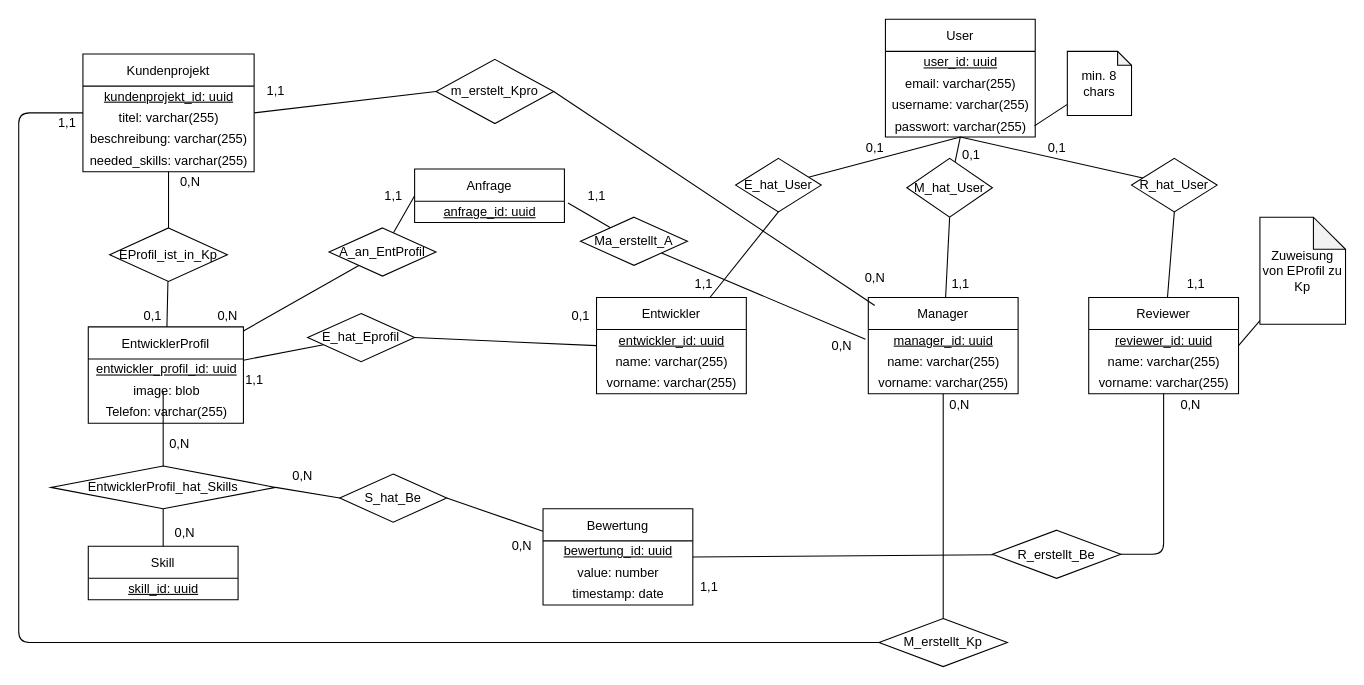
TomKeppeler/WRAM keeps this draw.io diagram as page "Semantisch" (1 of 2) of docs/diagram/ERDiagramm.drawio. Above is the earlier version. Source tidied: cells renumbered, new cells numbered last; positions are measured from the earlier drawing's top-left corner, leaving out a move shared by most shapes. Both pictures are drawn from the tidied source at 107%, with x=0, y=0 at pixel (18, 18).
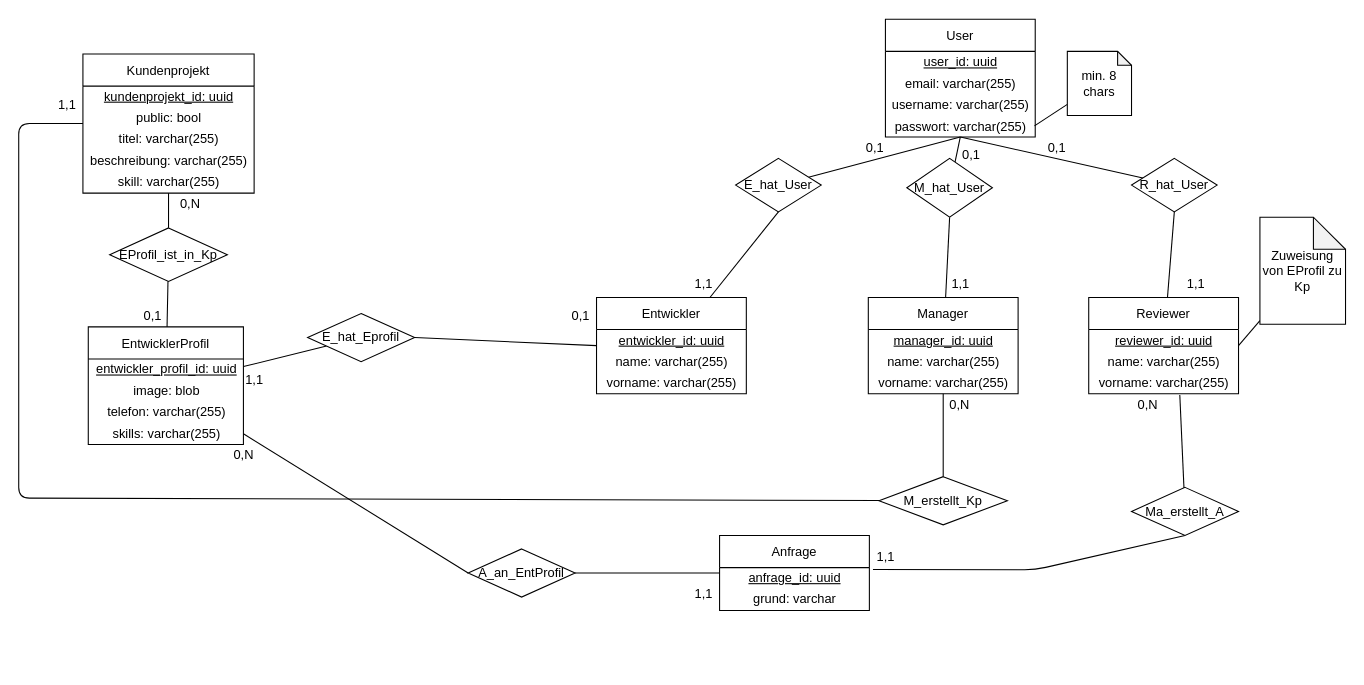
Above is the later version.

Unchanged cells that the change refers to:
```xml
<mxCell id="14" value="Manager" style="swimlane;fontStyle=0;horizontal=1;startSize=30;" parent="1" vertex="1">
  <mxGeometry x="794" y="260.5" width="140" height="90" as="geometry" />
</mxCell>
<mxCell id="15" value="&lt;u&gt;manager_id: uuid&lt;/u&gt;" style="text;html=1;align=center;verticalAlign=middle;points=[];strokeColor=none;fillColor=none;" parent="14" vertex="1">
  <mxGeometry y="30" width="140" height="20" as="geometry" />
</mxCell>
<mxCell id="22" value="vorname: varchar(255)" style="text;html=1;align=center;verticalAlign=middle;points=[];strokeColor=none;fillColor=none;" parent="19" vertex="1">
  <mxGeometry y="70" width="140" height="20" as="geometry" />
</mxCell>
<mxCell id="76" value="&lt;u&gt;anfrage_id: uuid&lt;/u&gt;" style="text;html=1;align=center;verticalAlign=middle;points=[];strokeColor=none;fillColor=none;" parent="75" vertex="1">
  <mxGeometry y="30" width="140" height="20" as="geometry" />
</mxCell>
```

The edit, as a diff of the source:
```diff
@@
     <mxCell id="2" value="Kundenprojekt" style="swimlane;fontStyle=0;horizontal=1;startSize=30;" parent="1" vertex="1">
-      <mxGeometry x="60" y="33" width="160" height="110" as="geometry" />
+      <mxGeometry x="60" y="33" width="160" height="130" as="geometry" />
     </mxCell>
@@
+    <mxCell id="100" value="public: bool" style="text;html=1;align=center;verticalAlign=middle;strokeColor=none;fillColor=none;" parent="2" vertex="1">
+      <mxGeometry y="50" width="160" height="20" as="geometry" />
+    </mxCell>
     <mxCell id="4" value="titel: varchar(255)" style="text;html=1;align=center;verticalAlign=middle;points=[];strokeColor=none;fillColor=none;" parent="2" vertex="1">
-      <mxGeometry y="50" width="160" height="20" as="geometry" />
+      <mxGeometry y="70" width="160" height="20" as="geometry" />
     </mxCell>
     <mxCell id="5" value="beschreibung: varchar(255)" style="text;html=1;align=center;verticalAlign=middle;strokeColor=none;fillColor=none;" parent="2" vertex="1">
-      <mxGeometry y="70" width="160" height="20" as="geometry" />
+      <mxGeometry y="90" width="160" height="20" as="geometry" />
     </mxCell>
-    <mxCell id="6" value="needed_skills: varchar(255)" style="text;html=1;align=center;verticalAlign=middle;strokeColor=none;fillColor=none;" parent="2" vertex="1">
-      <mxGeometry y="90" width="160" height="20" as="geometry" />
-    </mxCell>
+    <mxCell id="101" value="skill: varchar(255)" style="text;html=1;align=center;verticalAlign=middle;strokeColor=none;fillColor=none;" parent="2" vertex="1">
+      <mxGeometry y="110" width="160" height="20" as="geometry" />
+    </mxCell>
@@
     <mxCell id="25" value="EntwicklerProfil" style="swimlane;fontStyle=0;horizontal=1;startSize=30;" parent="1" vertex="1">
-      <mxGeometry x="65" y="288" width="145" height="90" as="geometry" />
+      <mxGeometry x="65" y="288" width="145" height="110" as="geometry" />
     </mxCell>
@@
-    <mxCell id="28" value="Telefon: varchar(255)" style="text;html=1;align=center;verticalAlign=middle;strokeColor=none;fillColor=none;" parent="25" vertex="1">
+    <mxCell id="28" value="telefon: varchar(255)" style="text;html=1;align=center;verticalAlign=middle;strokeColor=none;fillColor=none;" parent="25" vertex="1">
       <mxGeometry y="70" width="145" height="20" as="geometry" />
     </mxCell>
-    <mxCell id="29" style="edgeStyle=none;html=1;entryX=0;entryY=0.5;entryDx=0;entryDy=0;endArrow=none;endFill=0;exitX=1;exitY=0.5;exitDx=0;exitDy=0;" parent="1" edge="1" source="62" target="68">
-      <mxGeometry relative="1" as="geometry" />
-    </mxCell>
-    <mxCell id="30" value="Skill" style="swimlane;fontStyle=0;horizontal=1;startSize=30;" parent="1" vertex="1">
-      <mxGeometry x="65" y="493" width="140" height="50" as="geometry" />
-    </mxCell>
-    <mxCell id="31" value="&lt;u&gt;skill_id: uuid&lt;/u&gt;" style="text;html=1;align=center;verticalAlign=middle;strokeColor=none;fillColor=none;" parent="30" vertex="1">
-      <mxGeometry y="30" width="140" height="20" as="geometry" />
-    </mxCell>
-    <mxCell id="32" style="edgeStyle=none;html=1;endArrow=none;endFill=0;exitX=0.5;exitY=0;exitDx=0;exitDy=0;" parent="1" edge="1" source="62">
-      <mxGeometry relative="1" as="geometry">
-        <mxPoint x="135" y="348" as="targetPoint" />
-      </mxGeometry>
-    </mxCell>
-    <mxCell id="33" style="edgeStyle=none;html=1;entryX=0.5;entryY=0;entryDx=0;entryDy=0;endArrow=none;endFill=0;startArrow=none;" parent="1" edge="1" source="62" target="30">
-      <mxGeometry relative="1" as="geometry" />
-    </mxCell>
-    <mxCell id="34" value="0,N" style="text;html=1;align=center;verticalAlign=middle;strokeColor=none;fillColor=none;" parent="1" vertex="1">
-      <mxGeometry x="140" y="470.5" width="30" height="20" as="geometry" />
-    </mxCell>
+    <mxCell id="102" value="skills: varchar(255)" style="text;html=1;align=center;verticalAlign=middle;strokeColor=none;fillColor=none;" parent="25" vertex="1">
+      <mxGeometry y="90" width="145" height="20" as="geometry" />
+    </mxCell>
@@
     <mxCell id="47" value="0,N" style="text;html=1;align=center;verticalAlign=middle;strokeColor=none;fillColor=none;" parent="1" vertex="1">
-      <mxGeometry x="145" y="143" width="30" height="20" as="geometry" />
+      <mxGeometry x="145" y="163" width="30" height="20" as="geometry" />
     </mxCell>
@@
     <mxCell id="54" style="edgeStyle=none;html=1;endArrow=none;endFill=0;entryX=0;entryY=0.5;entryDx=0;entryDy=0;" parent="1" edge="1" source="55" target="2">
       <mxGeometry relative="1" as="geometry">
         <Array as="points">
-          <mxPoint y="583" />
-          <mxPoint y="88" />
+          <mxPoint y="448" />
+          <mxPoint y="98" />
         </Array>
       </mxGeometry>
     </mxCell>
     <mxCell id="55" value="M_erstellt_Kp" style="rhombus;whiteSpace=wrap;html=1;fontStyle=0;startSize=30;" parent="1" vertex="1">
-      <mxGeometry x="804" y="560.5" width="120" height="45" as="geometry" />
+      <mxGeometry x="804" y="428" width="120" height="45" as="geometry" />
     </mxCell>
@@
     <mxCell id="57" value="1,1" style="text;html=1;align=center;verticalAlign=middle;strokeColor=none;fillColor=none;" parent="1" vertex="1">
-      <mxGeometry x="30" y="88" width="30" height="20" as="geometry" />
+      <mxGeometry x="30" y="70.5" width="30" height="20" as="geometry" />
     </mxCell>
@@
-    <mxCell id="62" value="EntwicklerProfil_hat_Skills" style="rhombus;whiteSpace=wrap;html=1;" parent="1" vertex="1">
-      <mxGeometry x="30" y="418" width="210" height="40" as="geometry" />
-    </mxCell>
-    <mxCell id="63" style="edgeStyle=none;html=1;entryX=1;entryY=0.5;entryDx=0;entryDy=0;endArrow=none;endFill=0;" parent="1" edge="1" source="64" target="68">
-      <mxGeometry relative="1" as="geometry" />
-    </mxCell>
-    <mxCell id="64" value="Bewertung" style="swimlane;fontStyle=0;horizontal=1;startSize=30;" parent="1" vertex="1">
-      <mxGeometry x="490" y="458" width="140" height="90" as="geometry" />
-    </mxCell>
-    <mxCell id="65" value="&lt;u&gt;bewertung_id: uuid&lt;/u&gt;" style="text;html=1;align=center;verticalAlign=middle;strokeColor=none;fillColor=none;" parent="64" vertex="1">
-      <mxGeometry y="30" width="140" height="20" as="geometry" />
-    </mxCell>
-    <mxCell id="66" value="value: number" style="text;html=1;align=center;verticalAlign=middle;strokeColor=none;fillColor=none;" parent="64" vertex="1">
-      <mxGeometry y="50" width="140" height="20" as="geometry" />
-    </mxCell>
-    <mxCell id="67" value="timestamp: date" style="text;html=1;align=center;verticalAlign=middle;strokeColor=none;fillColor=none;" parent="64" vertex="1">
-      <mxGeometry y="70" width="140" height="20" as="geometry" />
-    </mxCell>
-    <mxCell id="68" value="S_hat_Be" style="rhombus;whiteSpace=wrap;html=1;fontStyle=0;startSize=30;" parent="1" vertex="1">
-      <mxGeometry x="300" y="425.5" width="100" height="45" as="geometry" />
-    </mxCell>
-    <mxCell id="69" value="0,N" style="text;html=1;align=center;verticalAlign=middle;strokeColor=none;fillColor=none;" parent="1" vertex="1">
-      <mxGeometry x="250" y="418" width="30" height="20" as="geometry" />
-    </mxCell>
-    <mxCell id="70" value="&lt;div&gt;0,N&lt;/div&gt;" style="text;html=1;align=center;verticalAlign=middle;strokeColor=none;fillColor=none;" parent="1" vertex="1">
-      <mxGeometry x="450" y="478" width="40" height="30" as="geometry" />
-    </mxCell>
-    <mxCell id="71" style="edgeStyle=none;html=1;entryX=1;entryY=0.5;entryDx=0;entryDy=0;endArrow=none;endFill=0;" parent="1" edge="1" source="72" target="64">
-      <mxGeometry relative="1" as="geometry" />
-    </mxCell>
-    <mxCell id="72" value="R_erstellt_Be" style="rhombus;whiteSpace=wrap;html=1;fontStyle=0;startSize=30;" parent="1" vertex="1">
-      <mxGeometry x="910" y="478" width="120" height="45" as="geometry" />
-    </mxCell>
-    <mxCell id="73" style="edgeStyle=none;html=1;entryX=1;entryY=0.5;entryDx=0;entryDy=0;endArrow=none;endFill=0;" parent="1" edge="1" source="22" target="72">
-      <mxGeometry relative="1" as="geometry">
-        <Array as="points">
-          <mxPoint x="1070" y="500.5" />
-        </Array>
-      </mxGeometry>
-    </mxCell>
-    <mxCell id="74" value="0,N" style="text;html=1;align=center;verticalAlign=middle;strokeColor=none;fillColor=none;" parent="1" vertex="1">
-      <mxGeometry x="1080" y="350.5" width="30" height="20" as="geometry" />
-    </mxCell>
     <mxCell id="75" value="Anfrage" style="swimlane;fontStyle=0;horizontal=1;startSize=30;" parent="1" vertex="1">
-      <mxGeometry x="370" y="140.5" width="140" height="50" as="geometry" />
+      <mxGeometry x="655" y="483" width="140" height="70" as="geometry" />
     </mxCell>
@@
+    <mxCell id="103" value="grund: varchar" style="text;html=1;align=center;verticalAlign=middle;strokeColor=none;fillColor=none;" parent="75" vertex="1">
+      <mxGeometry y="50" width="140" height="20" as="geometry" />
+    </mxCell>
-    <mxCell id="77" style="edgeStyle=none;html=1;entryX=-0.019;entryY=0.457;entryDx=0;entryDy=0;endArrow=none;endFill=0;entryPerimeter=0;" parent="1" edge="1" source="79" target="15">
+    <mxCell id="77" style="edgeStyle=none;html=1;entryX=0.608;entryY=1.058;entryDx=0;entryDy=0;endArrow=none;endFill=0;entryPerimeter=0;" parent="1" edge="1" source="79" target="22">
       <mxGeometry relative="1" as="geometry" />
     </mxCell>
-    <mxCell id="78" style="edgeStyle=none;html=1;entryX=1.024;entryY=0.088;entryDx=0;entryDy=0;endArrow=none;endFill=0;entryPerimeter=0;" parent="1" edge="1" source="79" target="76">
-      <mxGeometry relative="1" as="geometry" />
+    <mxCell id="78" style="edgeStyle=none;html=1;entryX=1.024;entryY=0.088;entryDx=0;entryDy=0;endArrow=none;endFill=0;entryPerimeter=0;exitX=0.5;exitY=1;exitDx=0;exitDy=0;" parent="1" edge="1" source="79" target="76">
+      <mxGeometry relative="1" as="geometry">
+        <Array as="points">
+          <mxPoint x="950" y="515" />
+        </Array>
+      </mxGeometry>
     </mxCell>
     <mxCell id="79" value="Ma_erstellt_A" style="rhombus;whiteSpace=wrap;html=1;fontStyle=0;startSize=30;" parent="1" vertex="1">
-      <mxGeometry x="525" y="185.5" width="100" height="45" as="geometry" />
+      <mxGeometry x="1040" y="438" width="100" height="45" as="geometry" />
     </mxCell>
     <mxCell id="80" value="0,N" style="text;html=1;align=center;verticalAlign=middle;strokeColor=none;fillColor=none;" parent="1" vertex="1">
-      <mxGeometry x="754" y="295.5" width="30" height="20" as="geometry" />
+      <mxGeometry x="1040" y="350.5" width="30" height="20" as="geometry" />
     </mxCell>
@@
-    <mxCell id="82" style="edgeStyle=none;html=1;endArrow=none;endFill=0;" parent="1" edge="1" source="83" target="25">
+    <mxCell id="82" style="edgeStyle=none;html=1;endArrow=none;endFill=0;exitX=0;exitY=0.5;exitDx=0;exitDy=0;" parent="1" edge="1" source="83" target="25">
       <mxGeometry relative="1" as="geometry" />
     </mxCell>
     <mxCell id="83" value="A_an_EntProfil" style="rhombus;whiteSpace=wrap;html=1;fontStyle=0;startSize=30;" parent="1" vertex="1">
-      <mxGeometry x="290" y="195.5" width="100" height="45" as="geometry" />
+      <mxGeometry x="420" y="495.5" width="100" height="45" as="geometry" />
     </mxCell>
     <mxCell id="84" value="0,N" style="text;html=1;align=center;verticalAlign=middle;strokeColor=none;fillColor=none;" parent="1" vertex="1">
-      <mxGeometry x="180" y="268" width="30" height="20" as="geometry" />
+      <mxGeometry x="195" y="398" width="30" height="20" as="geometry" />
     </mxCell>
     <mxCell id="85" value="1,1" style="text;html=1;align=center;verticalAlign=middle;strokeColor=none;fillColor=none;" parent="1" vertex="1">
-      <mxGeometry x="335" y="155.5" width="30" height="20" as="geometry" />
+      <mxGeometry x="625" y="528" width="30" height="20" as="geometry" />
     </mxCell>
     <mxCell id="86" value="1,1" style="text;html=1;align=center;verticalAlign=middle;strokeColor=none;fillColor=none;" parent="1" vertex="1">
-      <mxGeometry x="525" y="155.5" width="30" height="20" as="geometry" />
+      <mxGeometry x="795" y="493" width="30" height="20" as="geometry" />
     </mxCell>
@@
-    <mxCell id="88" value="0,N" style="text;html=1;align=center;verticalAlign=middle;strokeColor=none;fillColor=none;" parent="1" vertex="1">
-      <mxGeometry x="135" y="388" width="30" height="20" as="geometry" />
-    </mxCell>
@@
-    <mxCell id="94" value="1,1" style="text;html=1;align=center;verticalAlign=middle;strokeColor=none;fillColor=none;" parent="1" vertex="1">
-      <mxGeometry x="630" y="520.5" width="30" height="20" as="geometry" />
-    </mxCell>
-    <mxCell id="95" style="edgeStyle=none;html=1;endArrow=none;endFill=0;exitX=1;exitY=0.5;exitDx=0;exitDy=0;entryX=0.043;entryY=0.083;entryDx=0;entryDy=0;entryPerimeter=0;" parent="1" edge="1" source="96" target="14">
-      <mxGeometry relative="1" as="geometry" />
-    </mxCell>
-    <mxCell id="96" value="m_erstelt_Kpro" style="rhombus;whiteSpace=wrap;html=1;" parent="1" vertex="1">
-      <mxGeometry x="390" y="38" width="110" height="60" as="geometry" />
-    </mxCell>
-    <mxCell id="97" style="edgeStyle=none;html=1;endArrow=none;endFill=0;exitX=1;exitY=0.25;exitDx=0;exitDy=0;exitPerimeter=0;entryX=0;entryY=0.5;entryDx=0;entryDy=0;" parent="1" edge="1" source="4" target="96">
-      <mxGeometry relative="1" as="geometry" />
-    </mxCell>
-    <mxCell id="98" value="0,N" style="text;html=1;align=center;verticalAlign=middle;strokeColor=none;fillColor=none;" parent="1" vertex="1">
-      <mxGeometry x="780" y="228" width="40" height="30" as="geometry" />
-    </mxCell>
-    <mxCell id="99" value="1,1" style="text;html=1;align=center;verticalAlign=middle;strokeColor=none;fillColor=none;" parent="1" vertex="1">
-      <mxGeometry x="220" y="53" width="40" height="30" as="geometry" />
-    </mxCell>
```
